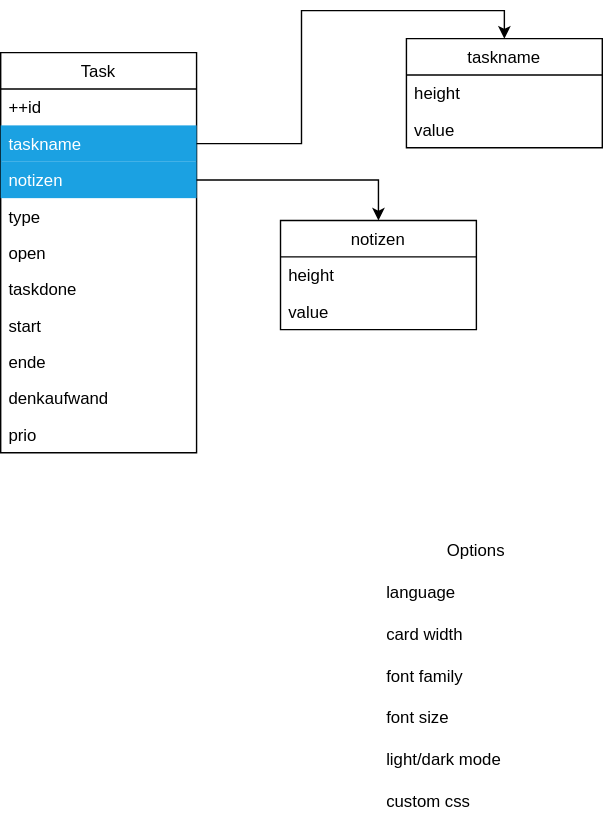
Before: documentation/schema.svg, a diagram exported from draw.io (Lukas-Sander/dragndrop-todo-autosave-local). Source tidied: cells renumbered, new cells last; positions are measured from the earlier drawing's top-left corner, leaving out a move shared by most shapes.
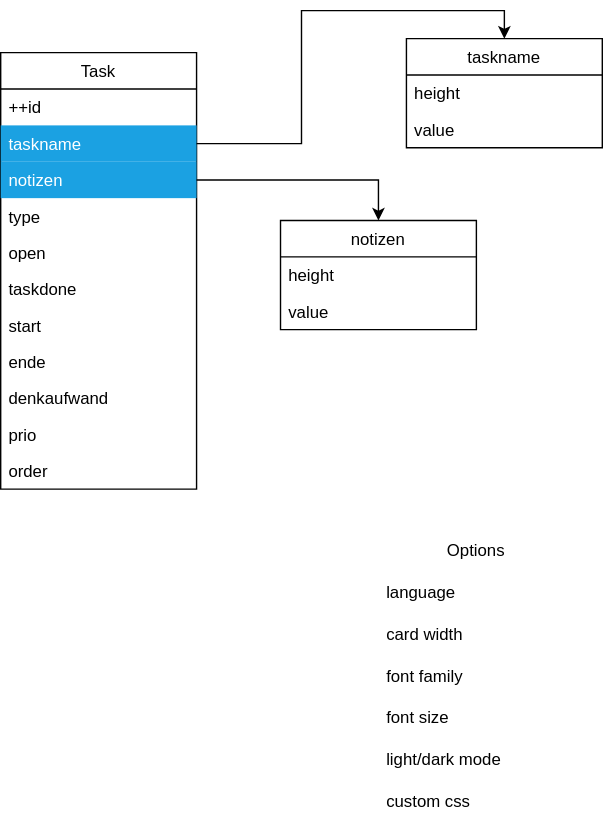
The same file after the commit.

Change to the diagram source:
```diff
@@ -3,7 +3,7 @@
     <mxCell id="0" />
     <mxCell id="1" parent="0" />
     <mxCell id="2" value="Task" style="swimlane;fontStyle=0;horizontal=1;startSize=26;fillColor=none;" parent="1" vertex="1">
-      <mxGeometry y="10" width="140" height="286" as="geometry" />
+      <mxGeometry y="10" width="140" height="312" as="geometry" />
     </mxCell>
     <mxCell id="3" value="++id" style="text;strokeColor=none;fillColor=none;align=left;verticalAlign=top;spacingLeft=4;spacingRight=4;overflow=hidden;" parent="2" vertex="1">
       <mxGeometry y="26" width="140" height="26" as="geometry" />
@@ -35,6 +35,9 @@
     <mxCell id="12" value="prio" style="text;strokeColor=none;fillColor=none;align=left;verticalAlign=top;spacingLeft=4;spacingRight=4;overflow=hidden;" parent="2" vertex="1">
       <mxGeometry y="260" width="140" height="26" as="geometry" />
     </mxCell>
+    <mxCell id="28" value="order" style="text;strokeColor=none;fillColor=none;align=left;verticalAlign=top;spacingLeft=4;spacingRight=4;overflow=hidden;" parent="2" vertex="1">
+      <mxGeometry y="286" width="140" height="26" as="geometry" />
+    </mxCell>
     <mxCell id="13" value="taskname" style="swimlane;fontStyle=0;horizontal=1;startSize=26;fillColor=none;" parent="1" vertex="1">
       <mxGeometry x="290" width="140" height="78" as="geometry" />
     </mxCell>
```
